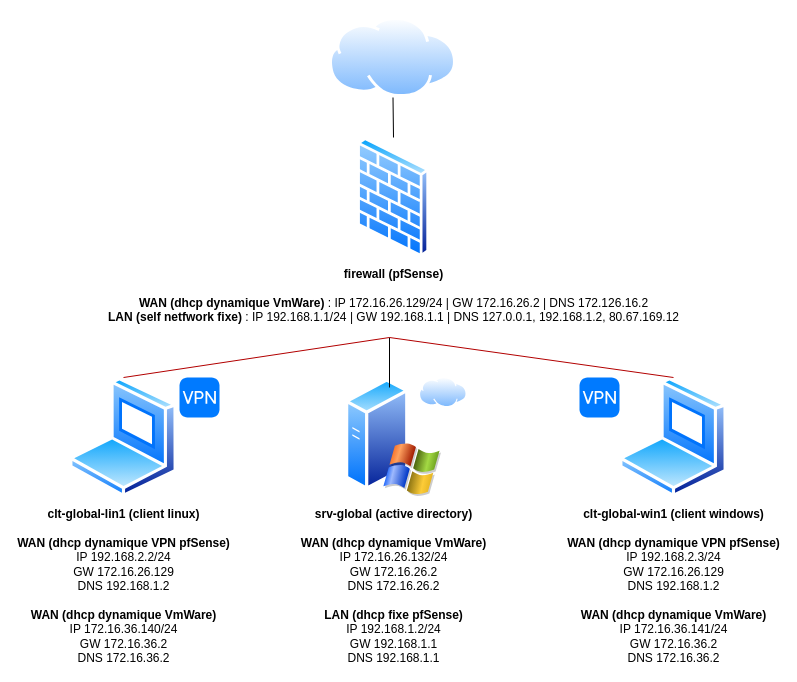
fredericpetit02/topologies keeps this draw.io diagram as pfsense2.drawio. Above is the earlier version. Source tidied: cells renumbered, new cells numbered last; positions are measured from the earlier drawing's top-left corner, leaving out a move shared by most shapes. Both pictures are drawn from the tidied source at 100%, with x=0, y=0 at pixel (69, 17).
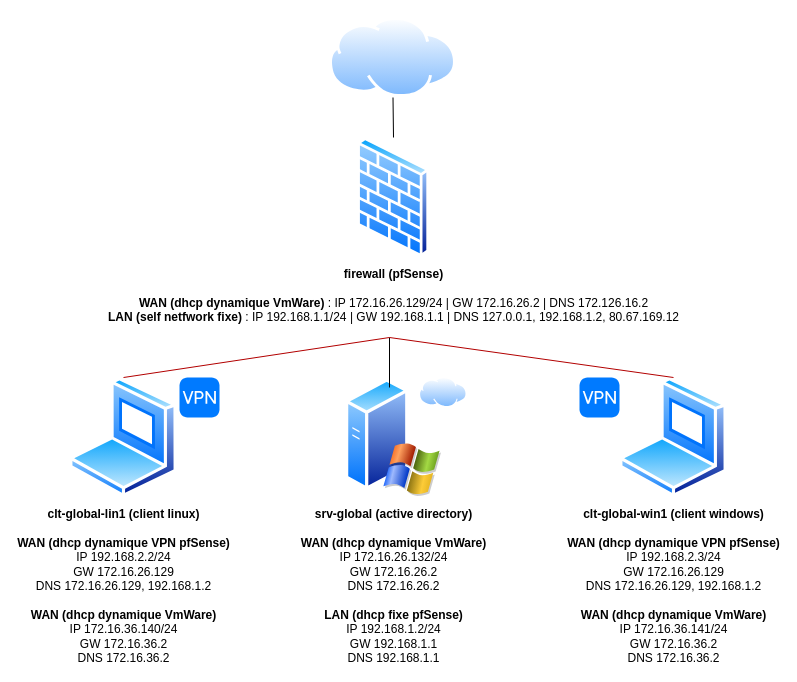
After the change.

Commit message:
Mettre à jour pfsense2.drawio

The edit, as a diff of the source:
```diff
@@
 <mxGraphModel>
   <root>
     <mxCell id="0" />
     <mxCell id="1" parent="0" />
     <mxCell id="2" value="&lt;b&gt;firewall (pfSense)&lt;br&gt;&lt;br&gt;WAN (dhcp dynamique VmWare)&lt;/b&gt; : IP 172.16.26.129/24 | GW 172.16.26.2 | DNS 172.126.16.2&lt;br&gt;&lt;b&gt;LAN (self netfwork fixe)&lt;/b&gt; : IP 192.168.1.1/24 | GW 192.168.1.1 | DNS 127.0.0.1, 192.168.1.2,&amp;nbsp;80.67.169.12" style="perimeter=ellipsePerimeter;html=1;align=center;shadow=0;dashed=0;spacingTop=3;image;image=img/lib/active_directory/firewall.svg;" parent="1" vertex="1">
       <mxGeometry x="287.4" y="120" width="73.2" height="120" as="geometry" />
     </mxCell>
     <mxCell id="3" style="perimeter=ellipsePerimeter;html=1;align=center;shadow=0;dashed=0;spacingTop=3;image;image=img/lib/active_directory/internet_cloud.svg;imageBackground=none;" parent="1" vertex="1">
       <mxGeometry x="260" width="127" height="80" as="geometry" />
     </mxCell>
     <mxCell id="4" value="&lt;b&gt;srv-global (active directory)&lt;br&gt;&lt;br&gt;WAN (dhcp dynamique VmWare)&lt;br&gt;&lt;/b&gt;IP 172.16.26.132/24&lt;br&gt;GW 172.16.26.2&lt;br&gt;DNS 172.16.26.2&lt;br&gt;&lt;br&gt;&lt;b&gt;LAN&amp;nbsp;(dhcp fixe pfSense)&lt;br&gt;&lt;/b&gt;IP 192.168.1.2/24&lt;br&gt;GW 192.168.1.1&lt;br&gt;DNS 192.168.1.1" style="perimeter=ellipsePerimeter;html=1;align=center;shadow=0;dashed=0;spacingTop=3;image;image=img/lib/active_directory/windows_server_2.svg;" parent="1" vertex="1">
       <mxGeometry x="276" y="360" width="96" height="120" as="geometry" />
     </mxCell>
-    <mxCell id="5" value="&lt;b&gt;clt-global-win1 (client windows)&lt;br&gt;&lt;/b&gt;&lt;br&gt;&lt;b&gt;WAN (dhcp dynamique VPN pfSense)&lt;/b&gt;&lt;br&gt;IP 192.168.2.3/24&lt;br&gt;GW 172.16.26.129&lt;br&gt;DNS 192.168.1.2&lt;br&gt;&lt;br&gt;&lt;b&gt;WAN (dhcp dynamique VmWare)&lt;/b&gt;&lt;br&gt;IP 172.16.36.141/24&lt;br&gt;GW 172.16.36.2&lt;br&gt;DNS 172.16.36.2" style="perimeter=ellipsePerimeter;html=1;align=center;shadow=0;dashed=0;spacingTop=3;image;image=img/lib/active_directory/laptop_client.svg;" parent="1" vertex="1">
+    <mxCell id="5" value="&lt;b&gt;clt-global-win1 (client windows)&lt;br&gt;&lt;/b&gt;&lt;br&gt;&lt;b&gt;WAN (dhcp dynamique VPN pfSense)&lt;/b&gt;&lt;br&gt;IP 192.168.2.3/24&lt;br&gt;GW 172.16.26.129&lt;br&gt;DNS 172.16.26.129, 192.168.1.2&lt;br&gt;&lt;br&gt;&lt;b&gt;WAN (dhcp dynamique VmWare)&lt;/b&gt;&lt;br&gt;IP 172.16.36.141/24&lt;br&gt;GW 172.16.36.2&lt;br&gt;DNS 172.16.36.2" style="perimeter=ellipsePerimeter;html=1;align=center;shadow=0;dashed=0;spacingTop=3;image;image=img/lib/active_directory/laptop_client.svg;" parent="1" vertex="1">
       <mxGeometry x="550" y="360" width="108" height="120" as="geometry" />
     </mxCell>
-    <mxCell id="6" value="&lt;b&gt;clt-global-lin1 (client linux)&lt;br&gt;&lt;/b&gt;&lt;br&gt;&lt;b&gt;WAN (dhcp dynamique VPN pfSense)&lt;/b&gt;&lt;br&gt;IP 192.168.2.2/24&lt;br&gt;GW 172.16.26.129&lt;br&gt;DNS 192.168.1.2&lt;br&gt;&lt;br&gt;&lt;b&gt;WAN (dhcp dynamique VmWare)&lt;/b&gt;&lt;br&gt;IP 172.16.36.140/24&lt;br&gt;GW 172.16.36.2&lt;br&gt;DNS 172.16.36.2" style="perimeter=ellipsePerimeter;html=1;align=center;shadow=0;dashed=0;spacingTop=3;image;image=img/lib/active_directory/laptop_client.svg;" parent="1" vertex="1">
+    <mxCell id="6" value="&lt;b&gt;clt-global-lin1 (client linux)&lt;br&gt;&lt;/b&gt;&lt;br&gt;&lt;b&gt;WAN (dhcp dynamique VPN pfSense)&lt;/b&gt;&lt;br&gt;IP 192.168.2.2/24&lt;br&gt;GW 172.16.26.129&lt;br&gt;DNS 172.16.26.129, 192.168.1.2&lt;br&gt;&lt;br&gt;&lt;b&gt;WAN (dhcp dynamique VmWare)&lt;/b&gt;&lt;br&gt;IP 172.16.36.140/24&lt;br&gt;GW 172.16.36.2&lt;br&gt;DNS 172.16.36.2" style="perimeter=ellipsePerimeter;html=1;align=center;shadow=0;dashed=0;spacingTop=3;image;image=img/lib/active_directory/laptop_client.svg;" parent="1" vertex="1">
       <mxGeometry y="360" width="108" height="120" as="geometry" />
     </mxCell>
     <mxCell id="7" style="endArrow=none;html=1;rounded=0;" parent="1" edge="1">
       <mxGeometry relative="1" as="geometry">
         <mxPoint x="320" y="370" as="sourcePoint" />
         <mxPoint x="320" y="320" as="targetPoint" />
       </mxGeometry>
     </mxCell>
     <mxCell id="8" style="endArrow=none;html=1;rounded=0;entryX=0.5;entryY=0;entryDx=0;entryDy=0;exitX=0.5;exitY=1;exitDx=0;exitDy=0;" parent="1" edge="1" source="3" target="2">
       <mxGeometry relative="1" as="geometry" />
     </mxCell>
     <mxCell id="9" style="perimeter=ellipsePerimeter;html=1;align=center;shadow=0;dashed=0;spacingTop=3;image;image=img/lib/active_directory/internet_cloud.svg;" parent="1" vertex="1">
       <mxGeometry x="350" y="360" width="47.6" height="30" as="geometry" />
     </mxCell>
     <mxCell id="10" style="html=1;strokeWidth=1;shadow=0;dashed=0;shape=mxgraph.ios7.misc.vpn;fillColor=#007AFF;strokeColor=none;buttonText=;strokeColor2=#222222;fontColor=#222222;fontSize=8;verticalLabelPosition=bottom;verticalAlign=top;align=center;sketch=0;" parent="1" vertex="1">
       <mxGeometry x="110" y="360" width="40" height="40" as="geometry" />
     </mxCell>
     <mxCell id="11" style="html=1;strokeWidth=1;shadow=0;dashed=0;shape=mxgraph.ios7.misc.vpn;fillColor=#007AFF;strokeColor=none;buttonText=;strokeColor2=#222222;fontColor=#222222;fontSize=8;verticalLabelPosition=bottom;verticalAlign=top;align=center;sketch=0;" parent="1" vertex="1">
       <mxGeometry x="510" y="360" width="40" height="40" as="geometry" />
     </mxCell>
     <mxCell id="12" style="endArrow=none;html=1;rounded=0;fillColor=#e51400;strokeColor=#B20000;exitX=0.5;exitY=0;exitDx=0;exitDy=0;" parent="1" edge="1" source="6">
       <mxGeometry relative="1" as="geometry">
         <mxPoint x="320" y="320" as="targetPoint" />
       </mxGeometry>
     </mxCell>
     <mxCell id="13" style="endArrow=none;html=1;rounded=0;entryX=0.5;entryY=0;entryDx=0;entryDy=0;fillColor=#e51400;strokeColor=#B20000;" parent="1" edge="1" target="5">
       <mxGeometry relative="1" as="geometry">
         <mxPoint x="320" y="320" as="sourcePoint" />
       </mxGeometry>
     </mxCell>
   </root>
 </mxGraphModel>
```
